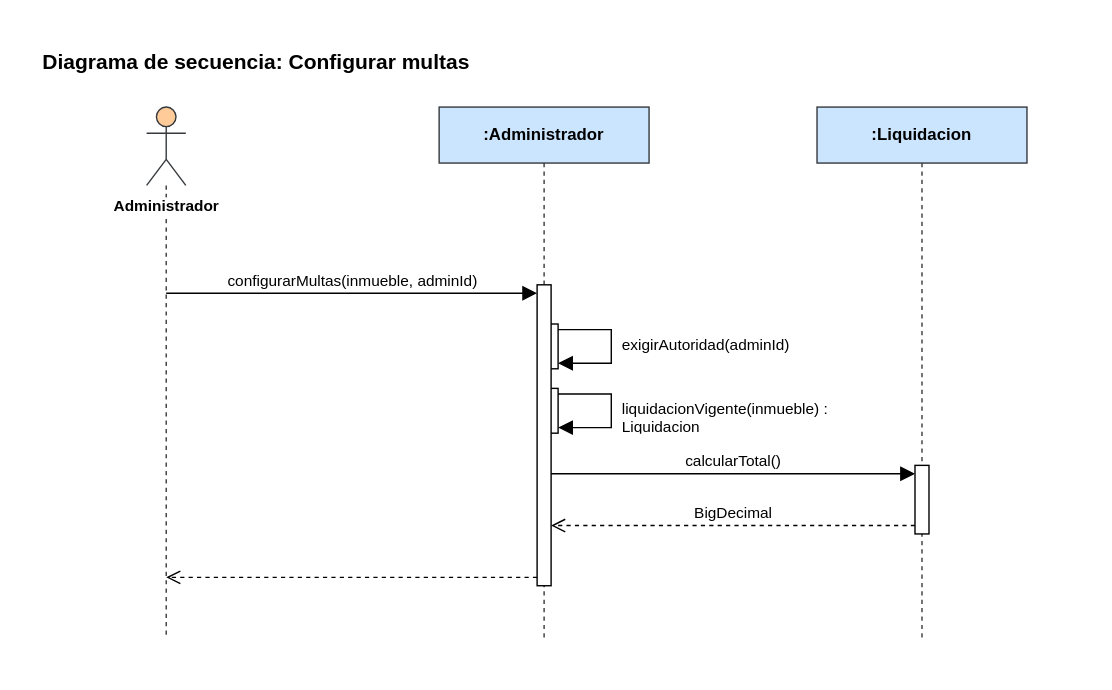
Above: Diagramas/Secuencia/configurar-multas.svg in manuel20051208/HorizontalSoftware-Back-End (draw.io), before the change. Source tidied: cells renumbered, new cells last; positions are measured from the earlier drawing's top-left corner, leaving out a move shared by most shapes.
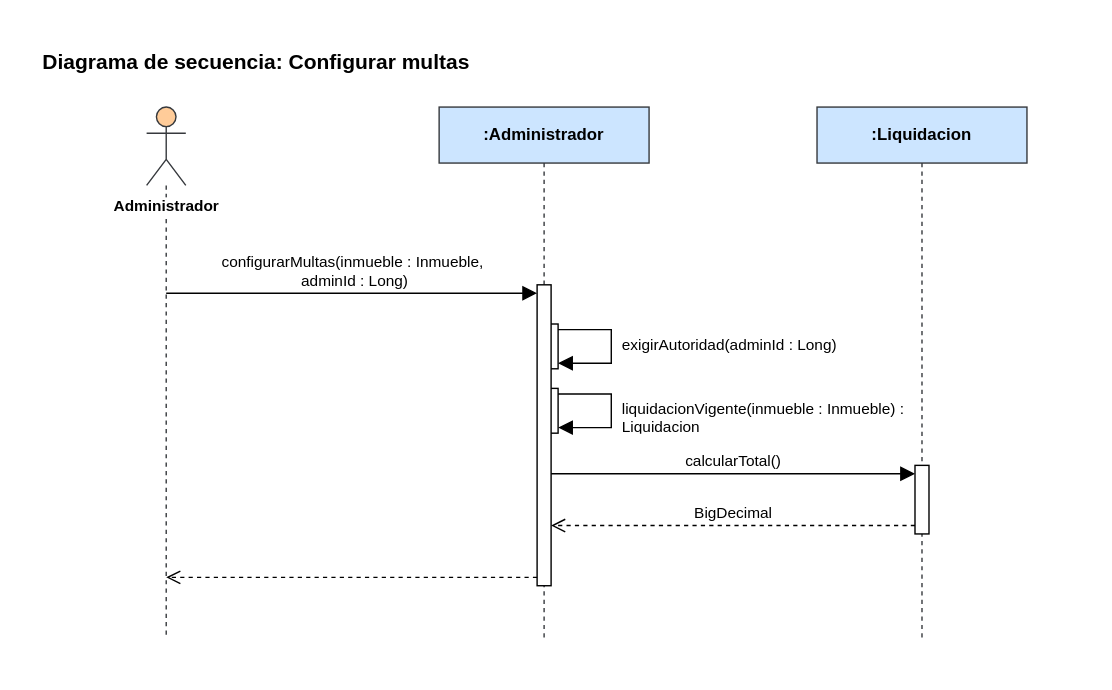
Above is the later version.

Diff of the diagram source:
```diff
@@ -26,7 +26,7 @@
     <mxCell id="9" style="html=1;points=[];perimeter=orthogonalPerimeter;fillColor=#ffffff;strokeColor=#000000;" parent="1" vertex="1">
       <mxGeometry x="355" y="175" width="10" height="215" as="geometry" />
     </mxCell>
-    <mxCell id="10" value="configurarMultas(inmueble, adminId)" style="html=1;verticalAlign=bottom;rounded=0;fontSize=11;strokeColor=#000000;endArrow=block;endFill=1;endSize=8;exitX=0.5000;exitY=0.3500;exitDx=0;exitDy=0;exitPerimeter=0;entryX=0.0000;entryY=0.0279;entryDx=0;entryDy=0;entryPerimeter=0;" parent="1" edge="1" source="3" target="9">
+    <mxCell id="10" value="configurarMultas(inmueble : Inmueble,&lt;div&gt;&amp;nbsp;adminId : Long)&lt;/div&gt;" style="html=1;verticalAlign=bottom;rounded=0;fontSize=11;strokeColor=#000000;endArrow=block;endFill=1;endSize=8;exitX=0.5000;exitY=0.3500;exitDx=0;exitDy=0;exitPerimeter=0;entryX=0.0000;entryY=0.0279;entryDx=0;entryDy=0;entryPerimeter=0;" parent="1" edge="1" source="3" target="9">
       <mxGeometry relative="1" as="geometry" />
     </mxCell>
     <mxCell id="11" style="html=1;rounded=0;endArrow=block;endFill=1;endSize=8;strokeColor=#000000;exitX=1.0000;exitY=0.1250;exitDx=0;exitDy=0;exitPerimeter=0;entryX=1.0000;entryY=0.8750;entryDx=0;entryDy=0;entryPerimeter=0;" parent="1" edge="1" source="6" target="6">
@@ -54,11 +54,11 @@
     <mxCell id="15" style="html=1;verticalAlign=bottom;rounded=0;fontSize=11;strokeColor=#000000;dashed=1;endArrow=open;endFill=0;endSize=8;exitX=0.0000;exitY=0.9721;exitDx=0;exitDy=0;exitPerimeter=0;entryX=0.5000;entryY=0.8842;entryDx=0;entryDy=0;entryPerimeter=0;" parent="1" edge="1" source="9" target="3">
       <mxGeometry relative="1" as="geometry" />
     </mxCell>
-    <mxCell id="16" value="exigirAutoridad(adminId)" style="text;html=1;align=left;verticalAlign=top;whiteSpace=wrap;overflow=hidden;fontSize=11;" parent="1" vertex="1">
+    <mxCell id="16" value="exigirAutoridad(adminId : Long)" style="text;html=1;align=left;verticalAlign=top;whiteSpace=wrap;overflow=hidden;fontSize=11;" parent="1" vertex="1">
       <mxGeometry x="414" y="205" width="185" height="28" as="geometry" />
     </mxCell>
-    <mxCell id="17" value="liquidacionVigente(inmueble) : Liquidacion" style="text;html=1;align=left;verticalAlign=top;whiteSpace=wrap;overflow=hidden;fontSize=11;" parent="1" vertex="1">
-      <mxGeometry x="414" y="251" width="185" height="28" as="geometry" />
+    <mxCell id="17" value="liquidacionVigente(inmueble : Inmueble) : Liquidacion" style="text;html=1;align=left;verticalAlign=top;whiteSpace=wrap;overflow=hidden;fontSize=11;" parent="1" vertex="1">
+      <mxGeometry x="414" y="251" width="211" height="28" as="geometry" />
     </mxCell>
   </root>
 </mxGraphModel>
```
